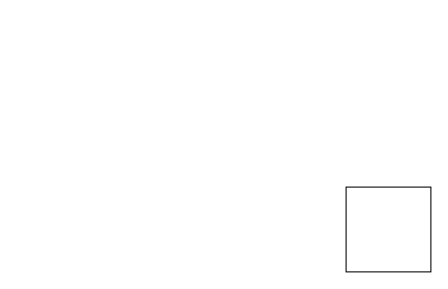
This is testfiles/untitled1.dio from QuantStack/jupyterlab-drawio, a draw.io file, before an edit. Source tidied: cells renumbered, new cells numbered last; positions are measured from the earlier drawing's top-left corner, leaving out a move shared by most shapes. Both pictures are drawn from the tidied source at 106%, with x=0, y=0 at pixel (346, 187).
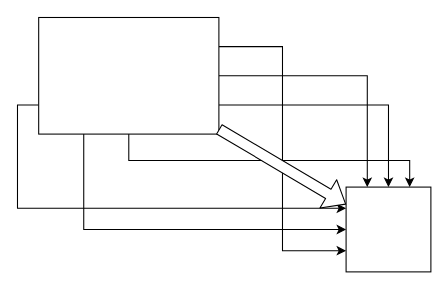
After the change.

Change to the diagram source:
```diff
@@
 <mxGraphModel background="#ffffff">
   <root>
     <mxCell id="0" />
     <mxCell id="1" parent="0" />
     <mxCell id="2" style="whiteSpace=wrap;html=1;" parent="1" vertex="1">
       <mxGeometry width="80" height="80" as="geometry" />
     </mxCell>
+    <mxCell id="3" style="edgeStyle=orthogonalEdgeStyle;rounded=0;html=1;exitX=0.5;exitY=1;entryX=0.75;entryY=0;jettySize=auto;" parent="1" edge="1" source="9" target="2">
+      <mxGeometry relative="1" as="geometry" />
+    </mxCell>
+    <mxCell id="4" style="edgeStyle=orthogonalEdgeStyle;rounded=0;html=1;exitX=1;exitY=0.25;entryX=0;entryY=0.75;jettySize=auto;" parent="1" edge="1" source="9" target="2">
+      <mxGeometry relative="1" as="geometry" />
+    </mxCell>
+    <mxCell id="5" style="edgeStyle=orthogonalEdgeStyle;rounded=0;html=1;exitX=0;exitY=0.75;entryX=0;entryY=0.25;jettySize=auto;" parent="1" edge="1" source="9" target="2">
+      <mxGeometry relative="1" as="geometry" />
+    </mxCell>
+    <mxCell id="6" style="edgeStyle=orthogonalEdgeStyle;rounded=0;html=1;exitX=0.25;exitY=1;entryX=0;entryY=0.5;jettySize=auto;" parent="1" edge="1" source="9" target="2">
+      <mxGeometry relative="1" as="geometry" />
+    </mxCell>
+    <mxCell id="7" style="edgeStyle=orthogonalEdgeStyle;rounded=0;html=1;entryX=0.25;entryY=0;jettySize=auto;" parent="1" edge="1" source="9" target="2">
+      <mxGeometry relative="1" as="geometry" />
+    </mxCell>
+    <mxCell id="8" style="edgeStyle=orthogonalEdgeStyle;rounded=0;html=1;exitX=1;exitY=0.75;entryX=0.5;entryY=0;jettySize=auto;" parent="1" edge="1" source="9" target="2">
+      <mxGeometry relative="1" as="geometry" />
+    </mxCell>
+    <mxCell id="9" style="rounded=0;whiteSpace=wrap;html=1;" parent="1" vertex="1">
+      <mxGeometry x="-290" y="-160" width="170" height="110" as="geometry" />
+    </mxCell>
+    <mxCell id="10" style="shape=flexArrow;endArrow=classic;html=1;fillColor=#ffffff;" parent="1" edge="1" source="9" target="2">
+      <mxGeometry relative="1" as="geometry" />
+    </mxCell>
   </root>
 </mxGraphModel>
```
